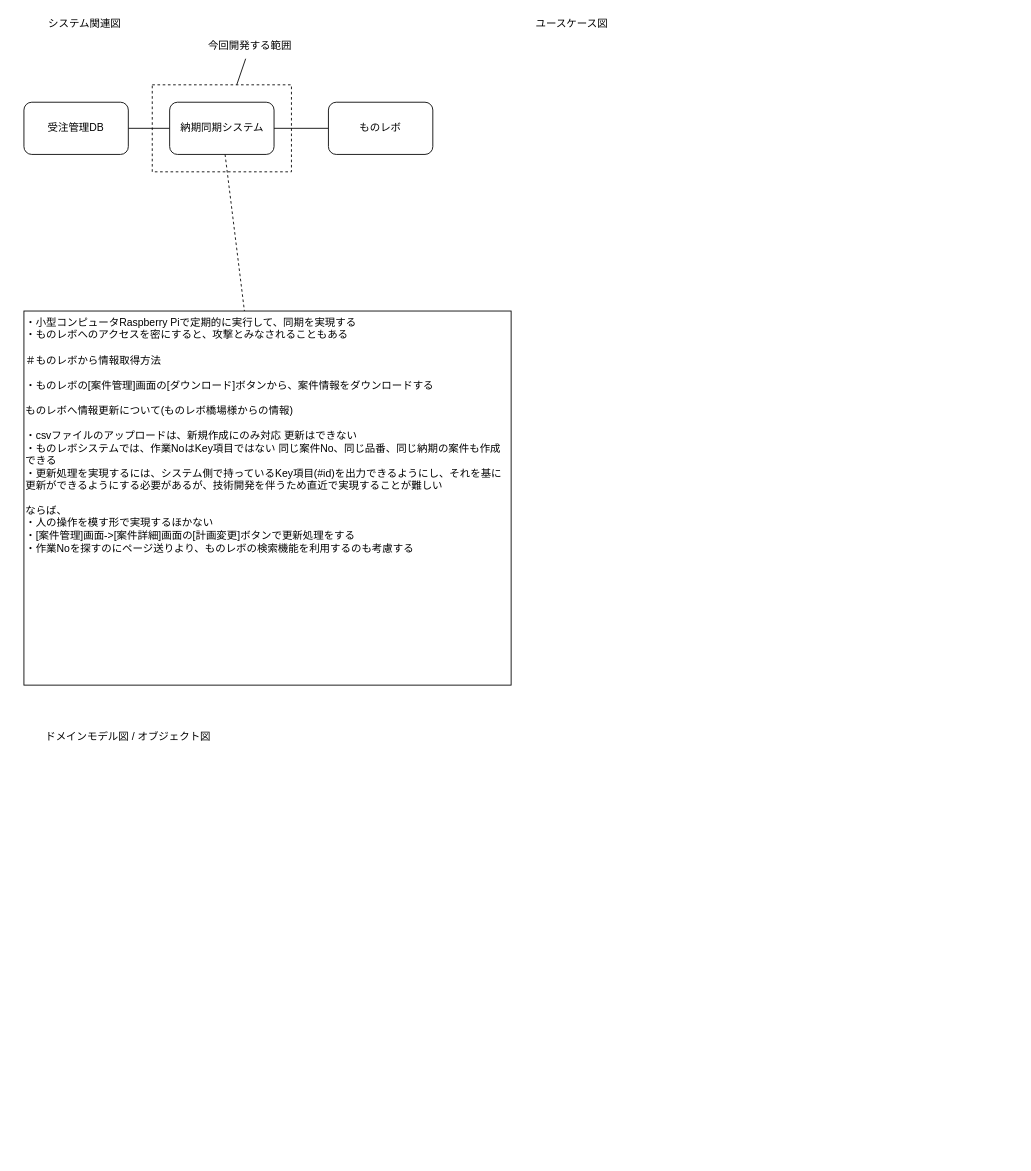
Matazoro-Kemtari/SynchronizeMonorevoDeliveryDates keeps this draw.io diagram as Diagrams/sudoDiagram.drawio. Above is the earlier version. Source tidied: cells renumbered, new cells numbered last; positions are measured from the earlier drawing's top-left corner, leaving out a move shared by most shapes. Both pictures are drawn from the tidied source at 87%, with x=0, y=0 at pixel (23, 15).
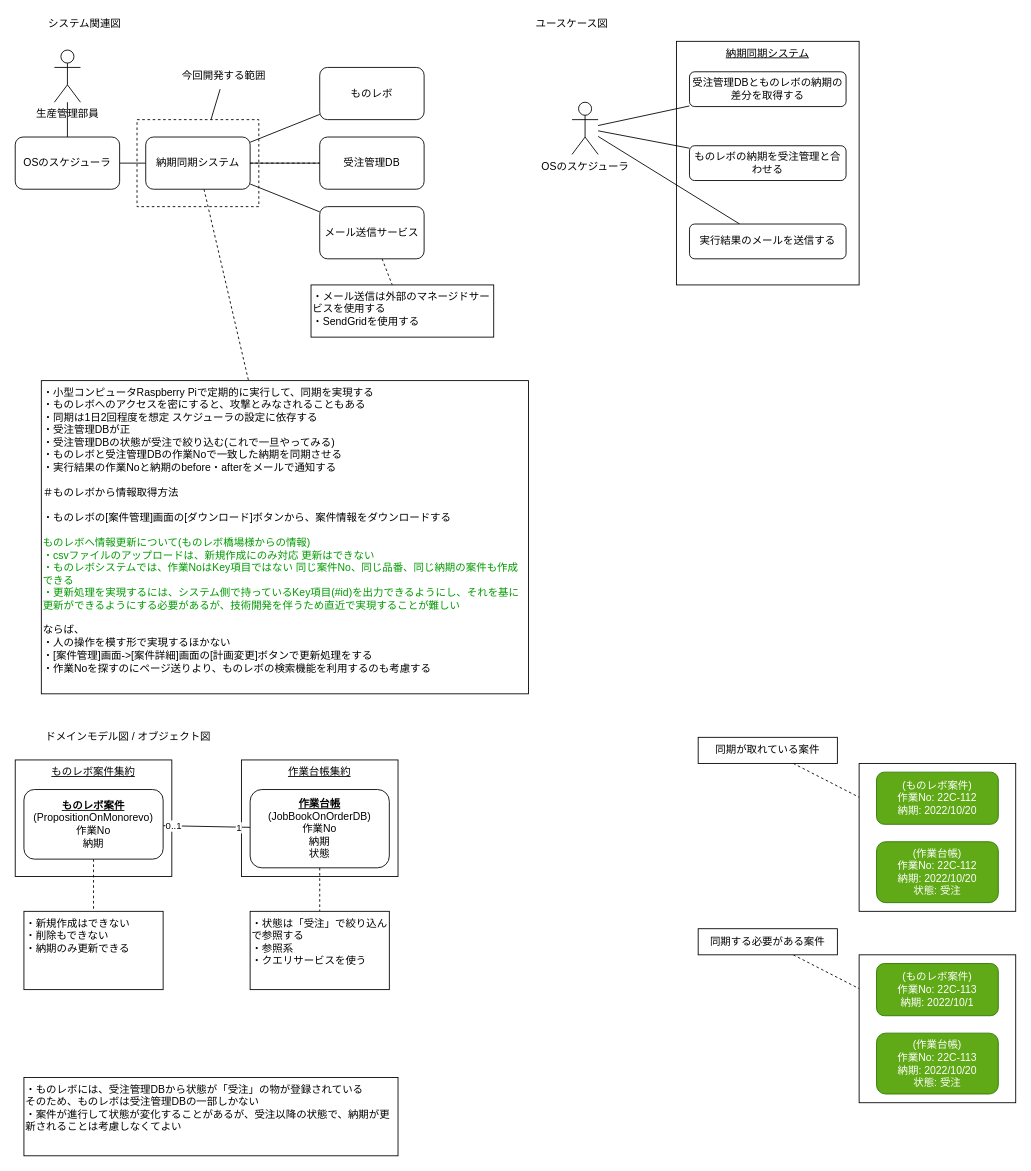
The same page after the edit.

Commit message (it also covers changes not shown here):
初期モデリング

The edit, as a diff of the source:
```diff
@@
+    <mxCell id="15" value="&lt;u&gt;作業台帳集約&lt;/u&gt;" style="rounded=0;whiteSpace=wrap;html=1;verticalAlign=top;" parent="1" vertex="1">
+      <mxGeometry x="250" y="856" width="180" height="134" as="geometry" />
+    </mxCell>
+    <mxCell id="16" value="&lt;u&gt;ものレボ案件集約&lt;/u&gt;" style="rounded=0;whiteSpace=wrap;html=1;verticalAlign=top;" parent="1" vertex="1">
+      <mxGeometry x="-10" y="856" width="180" height="134" as="geometry" />
+    </mxCell>
+    <mxCell id="17" style="rounded=0;whiteSpace=wrap;html=1;fontColor=#009900;" parent="1" vertex="1">
+      <mxGeometry x="960" y="860" width="180" height="170" as="geometry" />
+    </mxCell>
+    <mxCell id="18" value="&lt;u&gt;納期同期システム&lt;/u&gt;" style="rounded=0;whiteSpace=wrap;html=1;verticalAlign=top;" parent="1" vertex="1">
+      <mxGeometry x="750" y="30" width="210" height="280" as="geometry" />
+    </mxCell>
-    <mxCell id="2" style="edgeStyle=none;html=1;fontColor=#FF0000;endArrow=none;endFill=0;dashed=1;" parent="1" edge="1" source="7" target="13">
+    <mxCell id="2" style="edgeStyle=none;html=1;fontColor=#FF0000;endArrow=none;endFill=0;dashed=1;startArrow=none;" parent="1" edge="1" source="7" target="13">
       <mxGeometry relative="1" as="geometry" />
     </mxCell>
     <mxCell id="3" style="rounded=0;whiteSpace=wrap;html=1;fillColor=none;dashed=1;" parent="1" vertex="1">
-      <mxGeometry x="147.5" y="80" width="160" height="100" as="geometry" />
+      <mxGeometry x="130" y="120" width="140" height="100" as="geometry" />
     </mxCell>
@@
+    <mxCell id="19" style="edgeStyle=none;html=1;endArrow=none;endFill=0;" parent="1" edge="1" source="7" target="28">
+      <mxGeometry relative="1" as="geometry" />
+    </mxCell>
+    <mxCell id="20" style="edgeStyle=none;html=1;fontColor=#009900;endArrow=none;endFill=0;" parent="1" edge="1" source="7" target="33">
+      <mxGeometry relative="1" as="geometry" />
+    </mxCell>
     <mxCell id="7" value="納期同期システム" style="rounded=1;whiteSpace=wrap;html=1;" parent="1" vertex="1">
-      <mxGeometry x="167.5" y="100" width="120" height="60" as="geometry" />
+      <mxGeometry x="140" y="140" width="120" height="60" as="geometry" />
     </mxCell>
@@
     <mxCell id="10" value="ものレボ" style="rounded=1;whiteSpace=wrap;html=1;" parent="1" vertex="1">
-      <mxGeometry x="350" y="100" width="120" height="60" as="geometry" />
+      <mxGeometry x="340" y="60" width="120" height="60" as="geometry" />
     </mxCell>
@@
     <mxCell id="12" value="今回開発する範囲" style="text;html=1;strokeColor=none;fillColor=none;align=center;verticalAlign=middle;whiteSpace=wrap;rounded=0;" parent="1" vertex="1">
-      <mxGeometry x="190" y="20" width="140" height="30" as="geometry" />
+      <mxGeometry x="160" y="55" width="140" height="30" as="geometry" />
     </mxCell>
-    <mxCell id="13" value="&lt;div&gt;・小型コンピュータRaspberry Piで定期的に実行して、同期を実現する&lt;/div&gt;&lt;div&gt;・ものレボへのアクセスを密にすると、攻撃とみなされることもある&lt;/div&gt;&lt;div&gt;&lt;br&gt;&lt;/div&gt;&lt;div&gt;＃ものレボから情報取得方法&lt;/div&gt;&lt;div&gt;&lt;br&gt;&lt;/div&gt;&lt;div&gt;・ものレボの[案件管理]画面の[ダウンロード]ボタンから、案件情報をダウンロードする&lt;br&gt;&lt;/div&gt;&lt;div&gt;&lt;br&gt;&lt;/div&gt;&lt;div&gt;ものレボへ情報更新について(ものレボ橋場様からの情報)&lt;/div&gt;&lt;div&gt;&lt;br&gt;&lt;/div&gt;&lt;div&gt;・csvファイルのアップロードは、新規作成にのみ対応 更新はできない&lt;/div&gt;&lt;div&gt;・ものレボシステムでは、作業NoはKey項目ではない&amp;nbsp;&lt;span&gt;同じ案件No、同じ品番、同じ納期の案件も作成できる&lt;/span&gt;&lt;/div&gt;&lt;div&gt;&lt;span&gt;・&lt;/span&gt;&lt;span&gt;更新処理を実現するには、システム側で持っているKey項目(#id)を&lt;/span&gt;&lt;span&gt;出力できるようにし、それを基に更新ができるようにする必要があるが、&lt;/span&gt;&lt;span&gt;技術開発を伴うため直近で実現することが難しい&lt;/span&gt;&lt;/div&gt;&lt;div&gt;&lt;span&gt;&lt;br&gt;&lt;/span&gt;&lt;/div&gt;&lt;div&gt;&lt;span&gt;ならば、&lt;/span&gt;&lt;/div&gt;&lt;div&gt;&lt;span&gt;・人の操作を模す形で実現するほかない&lt;/span&gt;&lt;/div&gt;&lt;div&gt;&lt;span&gt;・[案件管理]画面-&amp;gt;[案件詳細]画面の[計画変更]ボタンで更新処理をする&lt;/span&gt;&lt;/div&gt;&lt;div&gt;&lt;span&gt;・作業Noを探すのにページ送りより、ものレボの検索機能を利用するのも考慮する&lt;/span&gt;&lt;/div&gt;" style="rounded=0;whiteSpace=wrap;html=1;align=left;verticalAlign=top;" parent="1" vertex="1">
-      <mxGeometry y="340" width="560" height="430" as="geometry" />
+    <mxCell id="13" value="&lt;div&gt;・小型コンピュータRaspberry Piで定期的に実行して、同期を実現する&lt;/div&gt;&lt;div&gt;・ものレボへのアクセスを密にすると、攻撃とみなされることもある&lt;/div&gt;&lt;div&gt;・同期は1日2回程度を想定 スケジューラの設定に依存する&lt;/div&gt;&lt;div&gt;・受注管理DBが正&lt;/div&gt;&lt;div&gt;・受注管理DBの状態が受注で絞り込む(これで一旦やってみる)&lt;/div&gt;&lt;div&gt;・ものレボと受注管理DBの作業Noで一致した納期を同期させる&lt;/div&gt;&lt;div&gt;・実行結果の作業Noと納期のbefore・afterをメールで通知する&lt;/div&gt;&lt;div&gt;&lt;br&gt;&lt;/div&gt;&lt;div&gt;＃ものレボから情報取得方法&lt;/div&gt;&lt;div&gt;&lt;br&gt;&lt;/div&gt;&lt;div&gt;・ものレボの[案件管理]画面の[ダウンロード]ボタンから、案件情報をダウンロードする&lt;br&gt;&lt;/div&gt;&lt;div&gt;&lt;br&gt;&lt;/div&gt;&lt;div&gt;&lt;font color=&quot;#009900&quot;&gt;ものレボへ情報更新について(ものレボ橋場様からの情報)&lt;/font&gt;&lt;/div&gt;&lt;div&gt;&lt;span style=&quot;color: rgb(0 , 153 , 0)&quot;&gt;・csvファイルのアップロードは、新規作成にのみ対応 更新はできない&lt;/span&gt;&lt;br&gt;&lt;/div&gt;&lt;div&gt;&lt;font color=&quot;#009900&quot;&gt;・ものレボシステムでは、作業NoはKey項目ではない&amp;nbsp;&lt;span&gt;同じ案件No、同じ品番、同じ納期の案件も作成できる&lt;/span&gt;&lt;/font&gt;&lt;/div&gt;&lt;div&gt;&lt;font color=&quot;#009900&quot;&gt;&lt;span&gt;・&lt;/span&gt;&lt;span&gt;更新処理を実現するには、システム側で持っているKey項目(#id)を&lt;/span&gt;&lt;span&gt;出力できるようにし、それを基に更新ができるようにする必要があるが、&lt;/span&gt;&lt;span&gt;技術開発を伴うため直近で実現することが難しい&lt;/span&gt;&lt;/font&gt;&lt;/div&gt;&lt;div&gt;&lt;span&gt;&lt;br&gt;&lt;/span&gt;&lt;/div&gt;&lt;div&gt;&lt;span&gt;ならば、&lt;/span&gt;&lt;/div&gt;&lt;div&gt;&lt;span&gt;・人の操作を模す形で実現するほかない&lt;/span&gt;&lt;/div&gt;&lt;div&gt;&lt;span&gt;・[案件管理]画面-&amp;gt;[案件詳細]画面の[計画変更]ボタンで更新処理をする&lt;/span&gt;&lt;/div&gt;&lt;div&gt;&lt;span&gt;・作業Noを探すのにページ送りより、ものレボの検索機能を利用するのも考慮する&lt;/span&gt;&lt;/div&gt;&lt;div&gt;&lt;br&gt;&lt;/div&gt;" style="rounded=0;whiteSpace=wrap;html=1;align=left;verticalAlign=top;" parent="1" vertex="1">
+      <mxGeometry x="20" y="420" width="560" height="360" as="geometry" />
     </mxCell>
+    <mxCell id="21" style="edgeStyle=none;html=1;endArrow=none;endFill=0;" parent="1" edge="1" source="24" target="25">
+      <mxGeometry relative="1" as="geometry" />
+    </mxCell>
+    <mxCell id="22" style="edgeStyle=none;html=1;fontColor=#009900;endArrow=none;endFill=0;" parent="1" edge="1" source="24" target="34">
+      <mxGeometry relative="1" as="geometry" />
+    </mxCell>
+    <mxCell id="23" style="edgeStyle=none;html=1;fontColor=#009900;endArrow=none;endFill=0;" parent="1" edge="1" source="24" target="36">
+      <mxGeometry relative="1" as="geometry" />
+    </mxCell>
+    <mxCell id="24" value="OSのスケジューラ" style="shape=umlActor;verticalLabelPosition=bottom;verticalAlign=top;html=1;outlineConnect=0;" parent="1" vertex="1">
+      <mxGeometry x="630" y="100" width="30" height="60" as="geometry" />
+    </mxCell>
+    <mxCell id="25" value="ものレボの納期を受注管理と合わせる" style="rounded=1;whiteSpace=wrap;html=1;" parent="1" vertex="1">
+      <mxGeometry x="765" y="150" width="180" height="40" as="geometry" />
+    </mxCell>
+    <mxCell id="26" value="(ものレボ案件)&lt;br&gt;作業No: 22C-112&lt;br&gt;納期: 2022/10/20" style="rounded=1;whiteSpace=wrap;html=1;verticalAlign=middle;align=center;fillColor=#60a917;strokeColor=#2D7600;fontColor=#ffffff;" parent="1" vertex="1">
+      <mxGeometry x="980" y="870" width="140" height="60" as="geometry" />
+    </mxCell>
+    <mxCell id="27" value="(作業台帳)&lt;br&gt;作業No: 22C-112&lt;br&gt;納期: 2022/10/20&lt;br&gt;状態: 受注" style="rounded=1;whiteSpace=wrap;html=1;verticalAlign=middle;align=center;fillColor=#60a917;strokeColor=#2D7600;fontColor=#ffffff;" parent="1" vertex="1">
+      <mxGeometry x="980" y="950" width="140" height="70" as="geometry" />
+    </mxCell>
+    <mxCell id="28" value="OSのスケジューラ" style="rounded=1;whiteSpace=wrap;html=1;" parent="1" vertex="1">
+      <mxGeometry x="-10" y="140" width="120" height="60" as="geometry" />
+    </mxCell>
+    <mxCell id="29" style="edgeStyle=none;html=1;endArrow=none;endFill=0;" parent="1" edge="1" source="30" target="28">
+      <mxGeometry relative="1" as="geometry" />
+    </mxCell>
+    <mxCell id="30" value="生産管理部員" style="shape=umlActor;verticalLabelPosition=bottom;verticalAlign=top;html=1;outlineConnect=0;" parent="1" vertex="1">
+      <mxGeometry x="35" y="40" width="30" height="60" as="geometry" />
+    </mxCell>
     <mxCell id="14" value="受注管理DB" style="rounded=1;whiteSpace=wrap;html=1;" parent="1" vertex="1">
-      <mxGeometry y="100" width="120" height="60" as="geometry" />
+      <mxGeometry x="340" y="140" width="120" height="60" as="geometry" />
     </mxCell>
+    <mxCell id="31" style="edgeStyle=none;html=1;fontColor=#FF0000;endArrow=none;endFill=0;dashed=1;" parent="1" edge="1" source="7" target="14">
+      <mxGeometry relative="1" as="geometry" />
+    </mxCell>
+    <mxCell id="32" style="edgeStyle=none;html=1;fontColor=#009900;endArrow=none;endFill=0;dashed=1;" parent="1" edge="1" source="33" target="35">
+      <mxGeometry relative="1" as="geometry" />
+    </mxCell>
+    <mxCell id="33" value="メール送信サービス" style="rounded=1;whiteSpace=wrap;html=1;" parent="1" vertex="1">
+      <mxGeometry x="340" y="220" width="120" height="60" as="geometry" />
+    </mxCell>
+    <mxCell id="34" value="実行結果のメールを送信する" style="rounded=1;whiteSpace=wrap;html=1;" parent="1" vertex="1">
+      <mxGeometry x="765" y="240" width="180" height="40" as="geometry" />
+    </mxCell>
+    <mxCell id="35" value="・メール送信は外部のマネージドサービスを使用する&lt;br&gt;・SendGridを使用する" style="rounded=0;whiteSpace=wrap;html=1;align=left;verticalAlign=top;" parent="1" vertex="1">
+      <mxGeometry x="330" y="310" width="210" height="60" as="geometry" />
+    </mxCell>
+    <mxCell id="36" value="受注管理DBとものレボの納期の差分を取得する" style="rounded=1;whiteSpace=wrap;html=1;" parent="1" vertex="1">
+      <mxGeometry x="765" y="65" width="180" height="40" as="geometry" />
+    </mxCell>
+    <mxCell id="37" style="edgeStyle=none;html=1;dashed=1;fontColor=default;endArrow=none;endFill=0;" parent="1" edge="1" source="41" target="52">
+      <mxGeometry relative="1" as="geometry" />
+    </mxCell>
+    <mxCell id="38" style="edgeStyle=none;html=1;fontColor=default;endArrow=none;endFill=0;" parent="1" edge="1" source="41" target="43">
+      <mxGeometry relative="1" as="geometry" />
+    </mxCell>
+    <mxCell id="39" value="0..1" style="edgeLabel;html=1;align=center;verticalAlign=middle;fontColor=default;" parent="38" vertex="1">
+      <mxGeometry x="-0.77" relative="1" as="geometry" />
+    </mxCell>
+    <mxCell id="40" value="1" style="edgeLabel;html=1;align=center;verticalAlign=middle;fontColor=default;" parent="38" vertex="1">
+      <mxGeometry x="0.73" relative="1" as="geometry" />
+    </mxCell>
+    <mxCell id="41" value="&lt;u&gt;&lt;b&gt;ものレボ案件&lt;br&gt;&lt;/b&gt;&lt;/u&gt;(PropositionOnMonorevo)&lt;br&gt;作業No&lt;br&gt;納期" style="rounded=1;whiteSpace=wrap;html=1;verticalAlign=middle;align=center;" parent="1" vertex="1">
+      <mxGeometry y="890" width="160" height="80" as="geometry" />
+    </mxCell>
+    <mxCell id="42" style="edgeStyle=none;html=1;dashed=1;fontColor=default;endArrow=none;endFill=0;" parent="1" edge="1" source="43" target="51">
+      <mxGeometry relative="1" as="geometry" />
+    </mxCell>
+    <mxCell id="43" value="&lt;u&gt;&lt;b&gt;作業台帳&lt;br&gt;&lt;/b&gt;&lt;/u&gt;(JobBookOnOrderDB)&lt;br&gt;作業No&lt;br&gt;納期&lt;br&gt;状態" style="rounded=1;whiteSpace=wrap;html=1;verticalAlign=middle;align=center;" parent="1" vertex="1">
+      <mxGeometry x="260" y="890" width="160" height="90" as="geometry" />
+    </mxCell>
+    <mxCell id="44" style="edgeStyle=none;html=1;fontColor=default;endArrow=none;endFill=0;dashed=1;" parent="1" edge="1" source="45" target="17">
+      <mxGeometry relative="1" as="geometry" />
+    </mxCell>
+    <mxCell id="45" value="同期が取れている案件" style="rounded=0;whiteSpace=wrap;html=1;fontColor=default;" parent="1" vertex="1">
+      <mxGeometry x="775" y="830" width="160" height="30" as="geometry" />
+    </mxCell>
+    <mxCell id="46" style="rounded=0;whiteSpace=wrap;html=1;fontColor=#009900;" parent="1" vertex="1">
+      <mxGeometry x="960" y="1080" width="180" height="170" as="geometry" />
+    </mxCell>
+    <mxCell id="47" value="(ものレボ案件)&lt;br&gt;作業No: 22C-113&lt;br&gt;納期: 2022/10/1" style="rounded=1;whiteSpace=wrap;html=1;verticalAlign=middle;align=center;fillColor=#60a917;strokeColor=#2D7600;fontColor=#ffffff;" parent="1" vertex="1">
+      <mxGeometry x="980" y="1090" width="140" height="60" as="geometry" />
+    </mxCell>
+    <mxCell id="48" value="(作業台帳)&lt;br&gt;作業No: 22C-113&lt;br&gt;納期: 2022/10/20&lt;br&gt;状態: 受注" style="rounded=1;whiteSpace=wrap;html=1;verticalAlign=middle;align=center;fillColor=#60a917;strokeColor=#2D7600;fontColor=#ffffff;" parent="1" vertex="1">
+      <mxGeometry x="980" y="1170" width="140" height="70" as="geometry" />
+    </mxCell>
+    <mxCell id="49" style="edgeStyle=none;html=1;fontColor=default;endArrow=none;endFill=0;dashed=1;" parent="1" edge="1" source="50" target="46">
+      <mxGeometry relative="1" as="geometry" />
+    </mxCell>
+    <mxCell id="50" value="同期する必要がある案件" style="rounded=0;whiteSpace=wrap;html=1;fontColor=default;" parent="1" vertex="1">
+      <mxGeometry x="775" y="1050" width="160" height="30" as="geometry" />
+    </mxCell>
+    <mxCell id="51" value="・状態は「受注」で絞り込んで参照する&lt;br&gt;・参照系&lt;br&gt;・クエリサービスを使う" style="rounded=0;whiteSpace=wrap;html=1;align=left;verticalAlign=top;" parent="1" vertex="1">
+      <mxGeometry x="260" y="1030" width="160" height="90" as="geometry" />
+    </mxCell>
+    <mxCell id="52" value="・新規作成はできない&lt;br&gt;・削除もできない&lt;br&gt;・納期のみ更新できる&lt;br&gt;" style="rounded=0;whiteSpace=wrap;html=1;align=left;verticalAlign=top;" parent="1" vertex="1">
+      <mxGeometry y="1030" width="160" height="90" as="geometry" />
+    </mxCell>
+    <mxCell id="53" value="・ものレボには、受注管理DBから状態が「受注」の物が登録されている&lt;br&gt;そのため、ものレボは受注管理DBの一部しかない&lt;br&gt;・案件が進行して状態が変化することがあるが、受注以降の状態で、納期が更新されることは考慮しなくてよい" style="rounded=0;whiteSpace=wrap;html=1;align=left;verticalAlign=top;" parent="1" vertex="1">
+      <mxGeometry y="1221" width="430" height="90" as="geometry" />
+    </mxCell>
```
